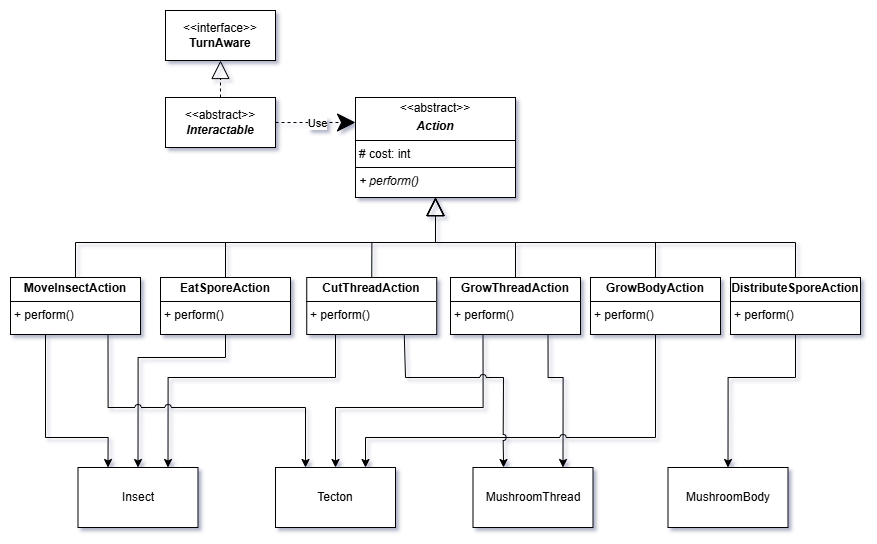
The draw.io diagram diagrams/class/actions.png in dzsem/projlab, before a commit. Source tidied: cells renumbered, new cells last; positions are measured from the earlier drawing's top-left corner, leaving out a move shared by most shapes.
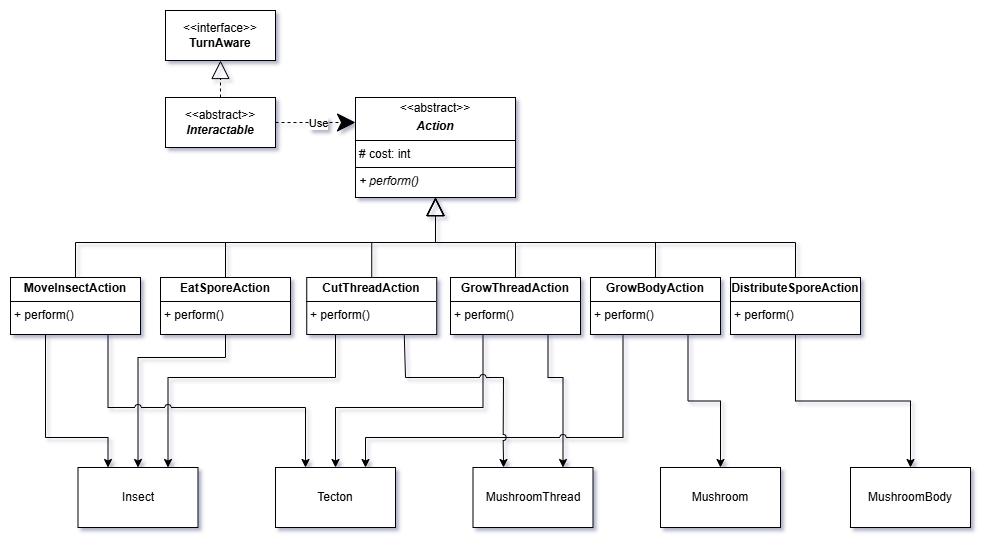
Later version of the same file.

Diff of the diagram source:
```diff
@@ -48,19 +48,14 @@
         </Array>
       </mxGeometry>
     </mxCell>
-    <mxCell id="10" style="edgeStyle=orthogonalEdgeStyle;rounded=0;jettySize=auto;html=1;exitX=0.5;exitY=0;exitDx=0;exitDy=0;entryX=0.5;entryY=1;entryDx=0;entryDy=0;endArrow=block;endFill=0;endSize=16;startSize=16;" parent="1" edge="1" source="24" target="17">
+    <mxCell id="10" style="edgeStyle=orthogonalEdgeStyle;rounded=0;jettySize=auto;html=1;exitX=0.5;exitY=0;exitDx=0;exitDy=0;entryX=0.5;entryY=1;entryDx=0;entryDy=0;endArrow=block;endFill=0;endSize=16;startSize=16;" parent="1" edge="1" source="25" target="17">
       <mxGeometry relative="1" as="geometry" />
     </mxCell>
-    <mxCell id="11" style="edgeStyle=orthogonalEdgeStyle;rounded=0;jettySize=auto;html=1;exitX=0.5;exitY=0;exitDx=0;exitDy=0;entryX=0.5;entryY=1;entryDx=0;entryDy=0;endArrow=block;endFill=0;endSize=16;startSize=16;" parent="1" edge="1" source="25" target="17">
+    <mxCell id="11" style="edgeStyle=orthogonalEdgeStyle;rounded=0;jettySize=auto;html=1;exitX=0.5;exitY=0;exitDx=0;exitDy=0;entryX=0.5;entryY=1;entryDx=0;entryDy=0;endArrow=block;endFill=0;endSize=16;startSize=16;" parent="1" edge="1" source="26" target="17">
       <mxGeometry relative="1" as="geometry" />
     </mxCell>
-    <mxCell id="12" style="edgeStyle=orthogonalEdgeStyle;rounded=0;jettySize=auto;html=1;exitX=0.5;exitY=1;exitDx=0;exitDy=0;entryX=0.5;entryY=0;entryDx=0;entryDy=0;" parent="1" edge="1" source="25" target="16">
-      <mxGeometry relative="1" as="geometry">
-        <Array as="points">
-          <mxPoint x="785" y="367" />
-          <mxPoint x="717" y="367" />
-        </Array>
-      </mxGeometry>
+    <mxCell id="12" style="edgeStyle=orthogonalEdgeStyle;rounded=0;jettySize=auto;html=1;exitX=0.5;exitY=1;exitDx=0;exitDy=0;entryX=0.5;entryY=0;entryDx=0;entryDy=0;" parent="1" edge="1" source="26" target="16">
+      <mxGeometry relative="1" as="geometry" />
     </mxCell>
     <mxCell id="13" value="&lt;div&gt;Insect&lt;/div&gt;" style="rounded=0;whiteSpace=wrap;html=1;" parent="1" vertex="1">
       <mxGeometry x="67.5" y="457" width="120" height="60" as="geometry" />
@@ -72,7 +67,7 @@
       <mxGeometry x="462.5" y="457" width="120" height="60" as="geometry" />
     </mxCell>
     <mxCell id="16" value="&lt;div&gt;MushroomBody&lt;/div&gt;" style="rounded=0;whiteSpace=wrap;html=1;" parent="1" vertex="1">
-      <mxGeometry x="657.5" y="457" width="120" height="60" as="geometry" />
+      <mxGeometry x="840" y="457" width="120" height="60" as="geometry" />
     </mxCell>
     <mxCell id="17" value="&lt;p style=&quot;margin:0px;margin-top:4px;text-align:center;&quot;&gt;&amp;lt;&amp;lt;abstract&amp;gt;&amp;gt;&lt;/p&gt;&lt;p style=&quot;margin:0px;margin-top:4px;text-align:center;&quot;&gt;&lt;b&gt;&lt;i&gt;Action&lt;/i&gt;&lt;/b&gt;&lt;/p&gt;&lt;hr size=&quot;1&quot; style=&quot;border-style:solid;&quot;&gt;&lt;p style=&quot;margin:0px;margin-left:4px;&quot;&gt;# cost: int&lt;/p&gt;&lt;hr size=&quot;1&quot; style=&quot;border-style:solid;&quot;&gt;&lt;p style=&quot;margin:0px;margin-left:4px;&quot;&gt;&lt;i&gt;+ perform()&lt;/i&gt;&lt;/p&gt;" style="verticalAlign=top;align=left;overflow=fill;html=1;whiteSpace=wrap;" parent="1" vertex="1">
       <mxGeometry x="345" y="87" width="160" height="100" as="geometry" />
@@ -97,54 +92,60 @@
     <mxCell id="22" value="&lt;p style=&quot;margin:0px;margin-top:4px;text-align:center;&quot;&gt;&lt;b&gt;GrowThreadAction&lt;/b&gt;&lt;/p&gt;&lt;hr size=&quot;1&quot; style=&quot;border-style:solid;&quot;&gt;&lt;p style=&quot;margin:0px;margin-left:4px;&quot;&gt;&lt;/p&gt;&lt;p style=&quot;margin:0px;margin-left:4px;&quot;&gt;+ perform()&lt;/p&gt;" style="verticalAlign=top;align=left;overflow=fill;html=1;whiteSpace=wrap;" parent="1" vertex="1">
       <mxGeometry x="440" y="267" width="130" height="57" as="geometry" />
     </mxCell>
-    <mxCell id="23" style="edgeStyle=orthogonalEdgeStyle;rounded=0;jettySize=auto;html=1;exitX=0.5;exitY=1;exitDx=0;exitDy=0;entryX=0.75;entryY=0;entryDx=0;entryDy=0;jumpStyle=arc;" parent="1" edge="1" source="24" target="14">
+    <mxCell id="23" style="edgeStyle=orthogonalEdgeStyle;rounded=0;jettySize=auto;html=1;exitX=0.25;exitY=1;exitDx=0;exitDy=0;entryX=0.75;entryY=0;entryDx=0;entryDy=0;jumpStyle=arc;" parent="1" edge="1" source="25" target="14">
       <mxGeometry relative="1" as="geometry">
         <Array as="points">
-          <mxPoint x="645" y="427" />
+          <mxPoint x="613" y="427" />
           <mxPoint x="355" y="427" />
         </Array>
       </mxGeometry>
     </mxCell>
-    <mxCell id="24" value="&lt;p style=&quot;margin:0px;margin-top:4px;text-align:center;&quot;&gt;&lt;b&gt;GrowBodyAction&lt;/b&gt;&lt;/p&gt;&lt;hr size=&quot;1&quot; style=&quot;border-style:solid;&quot;&gt;&lt;p style=&quot;margin:0px;margin-left:4px;&quot;&gt;&lt;/p&gt;&lt;p style=&quot;margin:0px;margin-left:4px;&quot;&gt;+ perform()&lt;/p&gt;" style="verticalAlign=top;align=left;overflow=fill;html=1;whiteSpace=wrap;" parent="1" vertex="1">
-      <mxGeometry x="580" y="267" width="130" height="57" as="geometry" />
+    <mxCell id="24" style="edgeStyle=orthogonalEdgeStyle;rounded=0;jettySize=auto;html=1;exitX=0.75;exitY=1;exitDx=0;exitDy=0;entryX=0.5;entryY=0;entryDx=0;entryDy=0;" parent="1" edge="1" source="25" target="34">
+      <mxGeometry relative="1" as="geometry" />
     </mxCell>
-    <mxCell id="25" value="&lt;p style=&quot;margin:0px;margin-top:4px;text-align:center;&quot;&gt;&lt;b&gt;DistributeSporeAction&lt;/b&gt;&lt;/p&gt;&lt;hr size=&quot;1&quot; style=&quot;border-style:solid;&quot;&gt;&lt;p style=&quot;margin:0px;margin-left:4px;&quot;&gt;&lt;/p&gt;&lt;p style=&quot;margin:0px;margin-left:4px;&quot;&gt;+ perform()&lt;/p&gt;" style="verticalAlign=top;align=left;overflow=fill;html=1;whiteSpace=wrap;" parent="1" vertex="1">
-      <mxGeometry x="720" y="267" width="130" height="57" as="geometry" />
+    <mxCell id="25" value="&lt;p style=&quot;margin:0px;margin-top:4px;text-align:center;&quot;&gt;&lt;b&gt;GrowBodyAction&lt;/b&gt;&lt;/p&gt;&lt;hr size=&quot;1&quot; style=&quot;border-style:solid;&quot;&gt;&lt;p style=&quot;margin:0px;margin-left:4px;&quot;&gt;&lt;/p&gt;&lt;p style=&quot;margin:0px;margin-left:4px;&quot;&gt;+ perform()&lt;/p&gt;" style="verticalAlign=top;align=left;overflow=fill;html=1;whiteSpace=wrap;" parent="1" vertex="1">
+      <mxGeometry x="580" y="267" width="130" height="57" as="geometry" />
     </mxCell>
-    <mxCell id="26" style="edgeStyle=orthogonalEdgeStyle;rounded=0;jettySize=auto;html=1;exitX=0.75;exitY=1;exitDx=0;exitDy=0;entryX=0.25;entryY=0;entryDx=0;entryDy=0;jumpStyle=arc;" parent="1" edge="1" source="20" target="15">
-      <mxGeometry relative="1" as="geometry">
-        <Array as="points">
-          <mxPoint x="395" y="324" />
-          <mxPoint x="395" y="367" />
-          <mxPoint x="493" y="367" />
-          <mxPoint x="493" y="457" />
-        </Array>
-      </mxGeometry>
+    <mxCell id="26" value="&lt;p style=&quot;margin:0px;margin-top:4px;text-align:center;&quot;&gt;&lt;b&gt;DistributeSporeAction&lt;/b&gt;&lt;/p&gt;&lt;hr size=&quot;1&quot; style=&quot;border-style:solid;&quot;&gt;&lt;p style=&quot;margin:0px;margin-left:4px;&quot;&gt;&lt;/p&gt;&lt;p style=&quot;margin:0px;margin-left:4px;&quot;&gt;+ perform()&lt;/p&gt;" style="verticalAlign=top;align=left;overflow=fill;html=1;whiteSpace=wrap;" parent="1" vertex="1">
+      <mxGeometry x="720" y="267" width="130" height="57" as="geometry" />
     </mxCell>
-    <mxCell id="27" style="edgeStyle=orthogonalEdgeStyle;rounded=0;jettySize=auto;html=1;exitX=0.75;exitY=1;exitDx=0;exitDy=0;entryX=0.25;entryY=0;entryDx=0;entryDy=0;jumpStyle=arc;" parent="1" edge="1" source="18" target="14">
+    <mxCell id="27" style="edgeStyle=orthogonalEdgeStyle;rounded=0;jettySize=auto;html=1;exitX=0.75;exitY=1;exitDx=0;exitDy=0;entryX=0.25;entryY=0;entryDx=0;entryDy=0;jumpStyle=arc;" parent="1" edge="1" source="20" target="15">
       <mxGeometry relative="1" as="geometry">
         <Array as="points">
-          <mxPoint x="98" y="397" />
-          <mxPoint x="295" y="397" />
+          <mxPoint x="395" y="324" />
+          <mxPoint x="395" y="367" />
+          <mxPoint x="493" y="367" />
+          <mxPoint x="493" y="457" />
         </Array>
       </mxGeometry>
     </mxCell>
-    <mxCell id="28" style="edgeStyle=orthogonalEdgeStyle;rounded=0;jettySize=auto;html=1;exitX=0.5;exitY=0;exitDx=0;exitDy=0;entryX=0.5;entryY=1;entryDx=0;entryDy=0;endArrow=block;endFill=0;dashed=1;endSize=16;" parent="1" edge="1" source="31" target="32">
-      <mxGeometry relative="1" as="geometry" />
+    <mxCell id="28" style="edgeStyle=orthogonalEdgeStyle;rounded=0;jettySize=auto;html=1;exitX=0.75;exitY=1;exitDx=0;exitDy=0;entryX=0.25;entryY=0;entryDx=0;entryDy=0;jumpStyle=arc;" parent="1" edge="1" source="18" target="14">
+      <mxGeometry relative="1" as="geometry">
+        <Array as="points">
+          <mxPoint x="98" y="397" />
+          <mxPoint x="295" y="397" />
+        </Array>
+      </mxGeometry>
     </mxCell>
-    <mxCell id="29" style="edgeStyle=orthogonalEdgeStyle;rounded=0;jettySize=auto;html=1;exitX=1;exitY=0.5;exitDx=0;exitDy=0;entryX=0;entryY=0.25;entryDx=0;entryDy=0;dashed=1;endSize=16;endArrow=classic;endFill=1;" parent="1" edge="1" source="31" target="17">
+    <mxCell id="29" style="edgeStyle=orthogonalEdgeStyle;rounded=0;jettySize=auto;html=1;exitX=0.5;exitY=0;exitDx=0;exitDy=0;entryX=0.5;entryY=1;entryDx=0;entryDy=0;endArrow=block;endFill=0;dashed=1;endSize=16;" parent="1" edge="1" source="32" target="33">
       <mxGeometry relative="1" as="geometry" />
     </mxCell>
-    <mxCell id="30" value="Use" style="edgeLabel;html=1;align=center;verticalAlign=middle;" parent="29" vertex="1">
-      <mxGeometry x="0.1" relative="1" as="geometry">
-        <mxPoint x="-3" as="offset" />
-      </mxGeometry>
+    <mxCell id="30" style="edgeStyle=orthogonalEdgeStyle;rounded=0;jettySize=auto;html=1;exitX=1;exitY=0.5;exitDx=0;exitDy=0;entryX=0;entryY=0.25;entryDx=0;entryDy=0;dashed=1;endSize=16;endArrow=classic;endFill=1;" parent="1" edge="1" source="32" target="17">
+      <mxGeometry relative="1" as="geometry" />
     </mxCell>
-    <mxCell id="31" value="&amp;lt;&amp;lt;abstract&amp;gt;&amp;gt;&lt;div&gt;&lt;b&gt;&lt;i&gt;Interactable&lt;/i&gt;&lt;/b&gt;&lt;/div&gt;" style="html=1;whiteSpace=wrap;" parent="1" vertex="1">
-      <mxGeometry x="155" y="87" width="110" height="50" as="geometry" />
+    <mxCell id="31" value="Use" style="edgeLabel;html=1;align=center;verticalAlign=middle;points=[];" parent="30" vertex="1">
+      <mxGeometry x="0.1" relative="1" as="geometry">
+        <mxPoint x="-3" as="offset" />
+      </mxGeometry>
     </mxCell>
-    <mxCell id="32" value="&amp;lt;&amp;lt;interface&amp;gt;&amp;gt;&lt;div&gt;&lt;b&gt;TurnAware&lt;/b&gt;&lt;/div&gt;" style="html=1;whiteSpace=wrap;" parent="1" vertex="1">
-      <mxGeometry x="155" width="110" height="50" as="geometry" />
+    <mxCell id="32" value="&amp;lt;&amp;lt;abstract&amp;gt;&amp;gt;&lt;div&gt;&lt;b&gt;&lt;i&gt;Interactable&lt;/i&gt;&lt;/b&gt;&lt;/div&gt;" style="html=1;whiteSpace=wrap;" parent="1" vertex="1">
+      <mxGeometry x="155" y="87" width="110" height="50" as="geometry" />
     </mxCell>
+    <mxCell id="33" value="&amp;lt;&amp;lt;interface&amp;gt;&amp;gt;&lt;div&gt;&lt;b&gt;TurnAware&lt;/b&gt;&lt;/div&gt;" style="html=1;whiteSpace=wrap;" parent="1" vertex="1">
+      <mxGeometry x="155" width="110" height="50" as="geometry" />
+    </mxCell>
+    <mxCell id="34" value="&lt;div&gt;Mushroom&lt;/div&gt;" style="rounded=0;whiteSpace=wrap;html=1;" parent="1" vertex="1">
+      <mxGeometry x="650" y="457" width="120" height="60" as="geometry" />
+    </mxCell>
   </root>
 </mxGraphModel>
```
